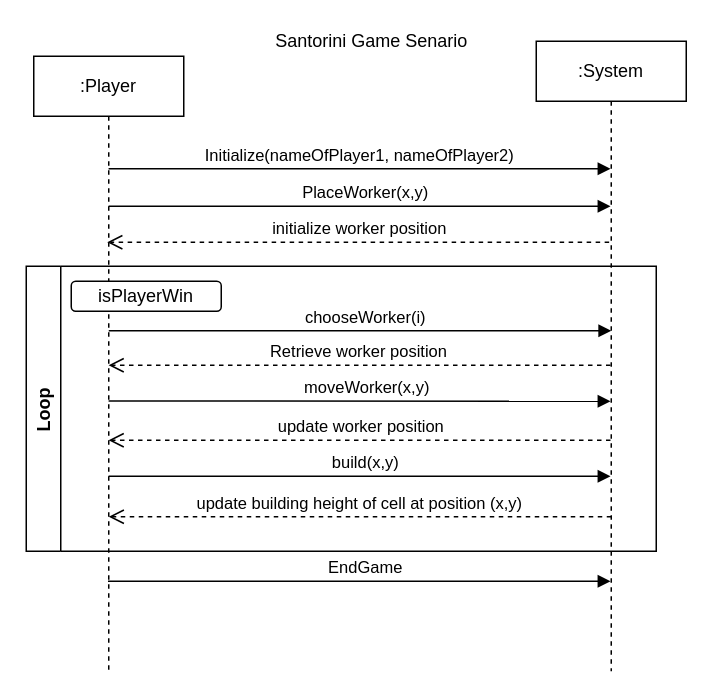
Before: Sequence Diagram.drawio in RozayC/test, a draw.io diagram. Source tidied: cells renumbered, new cells numbered last; positions are measured from the earlier drawing's top-left corner, leaving out a move shared by most shapes. Both pictures are drawn from the tidied source at 150%, with x=0, y=0 at pixel (26, 26).
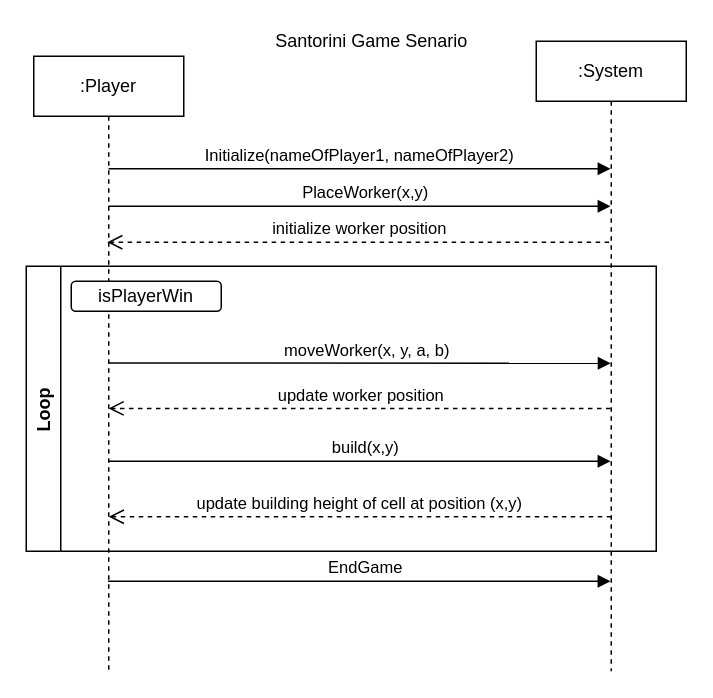
The same diagram, later.

Unchanged cells that the change refers to:
```xml
<mxCell id="10" value="Loop" style="swimlane;horizontal=0;" parent="1" vertex="1">
  <mxGeometry y="160" width="420" height="190" as="geometry" />
</mxCell>
```

Diff of the diagram source:
```diff
@@
-    <mxCell id="5" value="update worker position" style="html=1;verticalAlign=bottom;endArrow=open;dashed=1;endSize=8;edgeStyle=elbowEdgeStyle;elbow=vertical;curved=0;rounded=0;" parent="1" edge="1">
-      <mxGeometry relative="1" as="geometry">
-        <mxPoint x="389.5" y="276" as="sourcePoint" />
-        <mxPoint x="54.9" y="276" as="targetPoint" />
-        <Array as="points">
-          <mxPoint x="120" y="276" />
-          <mxPoint x="320" y="246" />
-          <mxPoint x="110" y="246" />
-          <mxPoint x="370" y="219" />
-          <mxPoint x="170" y="266" />
-          <mxPoint x="235" y="266" />
-        </Array>
-      </mxGeometry>
-    </mxCell>
@@
-    <mxCell id="8" value="moveWorker(x,y)" style="html=1;verticalAlign=bottom;endArrow=block;edgeStyle=elbowEdgeStyle;elbow=vertical;curved=0;rounded=0;exitX=0.499;exitY=0.563;exitDx=0;exitDy=0;exitPerimeter=0;" parent="1" edge="1">
-      <mxGeometry x="0.03" relative="1" as="geometry">
-        <mxPoint x="54.9" y="249.8" as="sourcePoint" />
-        <mxPoint x="389.5" y="250" as="targetPoint" />
-        <Array as="points">
-          <mxPoint x="100" y="250" />
-          <mxPoint x="90" y="250" />
-          <mxPoint x="120" y="220" />
-          <mxPoint x="90" y="220" />
-          <mxPoint x="340" y="190" />
-          <mxPoint x="170" y="190" />
-          <mxPoint x="225" y="180" />
-        </Array>
-      </mxGeometry>
-    </mxCell>
-    <mxCell id="9" value="chooseWorker(i)" style="html=1;verticalAlign=bottom;endArrow=block;edgeStyle=elbowEdgeStyle;elbow=vertical;curved=0;rounded=0;" parent="1" edge="1">
-      <mxGeometry x="0.02" relative="1" as="geometry">
-        <mxPoint x="55" y="203" as="sourcePoint" />
-        <mxPoint x="390" y="203" as="targetPoint" />
-        <Array as="points">
-          <mxPoint x="360" y="203" />
-          <mxPoint x="370" y="223" />
-          <mxPoint x="90" y="227" />
-          <mxPoint x="210" y="197" />
-          <mxPoint x="130" y="207" />
-          <mxPoint x="165" y="187" />
-          <mxPoint x="220" y="177" />
-        </Array>
-      </mxGeometry>
-    </mxCell>
@@
+    <mxCell id="8" value="moveWorker(x, y, a, b)" style="html=1;verticalAlign=bottom;endArrow=block;edgeStyle=elbowEdgeStyle;elbow=vertical;curved=0;rounded=0;exitX=0.499;exitY=0.563;exitDx=0;exitDy=0;exitPerimeter=0;" parent="10" edge="1">
+      <mxGeometry x="0.03" relative="1" as="geometry">
+        <mxPoint x="55" y="64.5" as="sourcePoint" />
+        <mxPoint x="389.6" y="64.7" as="targetPoint" />
+        <Array as="points">
+          <mxPoint x="100.1" y="64.7" />
+          <mxPoint x="90.1" y="64.7" />
+          <mxPoint x="120.1" y="34.7" />
+          <mxPoint x="90.1" y="34.7" />
+          <mxPoint x="340.1" y="4.7" />
+          <mxPoint x="170.1" y="4.7" />
+          <mxPoint x="225.1" y="-5.3" />
+        </Array>
+      </mxGeometry>
+    </mxCell>
+    <mxCell id="5" value="update worker position" style="html=1;verticalAlign=bottom;endArrow=open;dashed=1;endSize=8;edgeStyle=elbowEdgeStyle;elbow=vertical;curved=0;rounded=0;" parent="10" edge="1">
+      <mxGeometry relative="1" as="geometry">
+        <mxPoint x="389.5" y="94.8" as="sourcePoint" />
+        <mxPoint x="54.9" y="94.8" as="targetPoint" />
+        <Array as="points">
+          <mxPoint x="120" y="94.8" />
+          <mxPoint x="320" y="64.8" />
+          <mxPoint x="110" y="64.8" />
+          <mxPoint x="370" y="37.8" />
+          <mxPoint x="170" y="84.8" />
+          <mxPoint x="235" y="84.8" />
+        </Array>
+      </mxGeometry>
+    </mxCell>
-    <mxCell id="12" value="build(x,y)" style="html=1;verticalAlign=bottom;endArrow=block;edgeStyle=elbowEdgeStyle;elbow=vertical;curved=0;rounded=0;" parent="1" edge="1">
+    <mxCell id="12" value="build(x,y)" style="html=1;verticalAlign=bottom;endArrow=block;edgeStyle=elbowEdgeStyle;elbow=vertical;curved=0;rounded=0;" parent="10" edge="1">
       <mxGeometry x="0.02" relative="1" as="geometry">
-        <mxPoint x="54.9" y="300" as="sourcePoint" />
-        <mxPoint x="389.5" y="300" as="targetPoint" />
+        <mxPoint x="54.9" y="130" as="sourcePoint" />
+        <mxPoint x="389.5" y="130" as="targetPoint" />
         <Array as="points">
-          <mxPoint x="220" y="300" />
+          <mxPoint x="220" y="130" />
         </Array>
       </mxGeometry>
     </mxCell>
@@
-    <mxCell id="14" value="Retrieve worker position&amp;nbsp;" style="html=1;verticalAlign=bottom;endArrow=open;dashed=1;endSize=8;edgeStyle=elbowEdgeStyle;elbow=vertical;curved=0;rounded=0;" parent="1" edge="1">
-      <mxGeometry relative="1" as="geometry">
-        <mxPoint x="389.5" y="226" as="sourcePoint" />
-        <mxPoint x="54.9" y="226" as="targetPoint" />
-        <Array as="points">
-          <mxPoint x="110" y="226" />
-          <mxPoint x="370" y="199" />
-          <mxPoint x="170" y="246" />
-          <mxPoint x="235" y="246" />
-        </Array>
-      </mxGeometry>
-    </mxCell>
```
